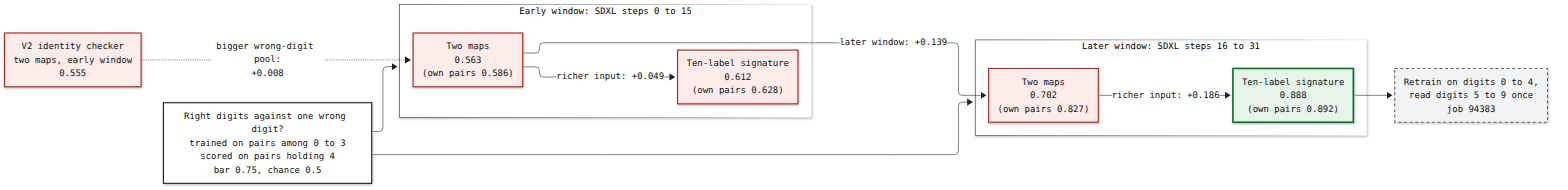
Above: artifacts/notes/progress/abstract-checkers/10-reading-identity/identity-grid.png in mo-rsa24/concept-composition (Mermaid), before the change. Its source is kept beside it as artifacts/notes/progress/abstract-checkers/10-reading-identity/identity-grid.mmd.
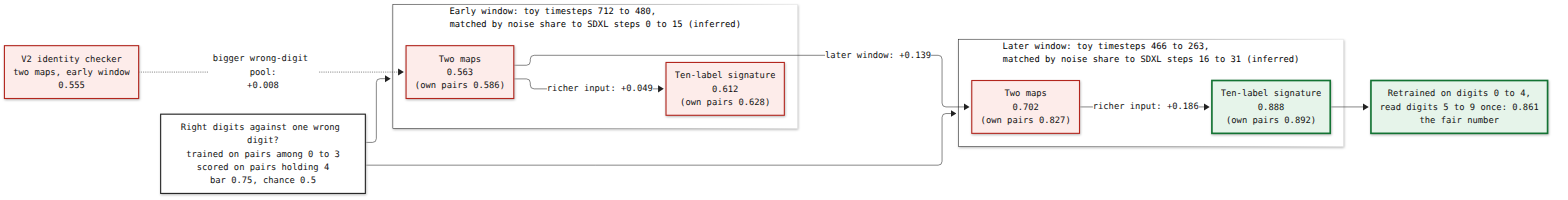
Later version of the same file.

Commit message:
Loop 8 after the reviewer: V7 registers unchained columns as its primary reading; 0.861 is V6's fair number; toy-to-SDXL step labels marked inferred; V4 needs M5, not D3

Change to the diagram source:
```diff
@@ -6,15 +6,15 @@
   classDef wait fill:#f1f3f4,stroke:#5f6368,stroke-width:2px,stroke-dasharray:5 5,color:#111111
   Q["Right digits against one wrong digit?<br/>trained on pairs among 0 to 3<br/>scored on pairs holding 4<br/>bar 0.75, chance 0.5"]:::plain
   V2["V2 identity checker<br/>two maps, early window<br/>0.555"]:::miss
-  subgraph EARLY["Early window: SDXL steps 0 to 15"]
+  subgraph EARLY["Early window: toy timesteps 712 to 480,<br/>matched by noise share to SDXL steps 0 to 15 (inferred)"]
     BE["Two maps<br/>0.563<br/>(own pairs 0.586)"]:::miss
     SE["Ten-label signature<br/>0.612<br/>(own pairs 0.628)"]:::miss
   end
-  subgraph LATER["Later window: SDXL steps 16 to 31"]
+  subgraph LATER["Later window: toy timesteps 466 to 263,<br/>matched by noise share to SDXL steps 16 to 31 (inferred)"]
     BL["Two maps<br/>0.702<br/>(own pairs 0.827)"]:::miss
     SL["Ten-label signature<br/>0.888<br/>(own pairs 0.892)"]:::pass
   end
-  F["Retrain on digits 0 to 4,<br/>read digits 5 to 9 once<br/>job 94383"]:::wait
+  F["Retrained on digits 0 to 4,<br/>read digits 5 to 9 once: 0.861<br/>the fair number"]:::pass
   Q --> EARLY
   Q --> LATER
   V2 -. "bigger wrong-digit pool:<br/>+0.008" .-> BE
```
